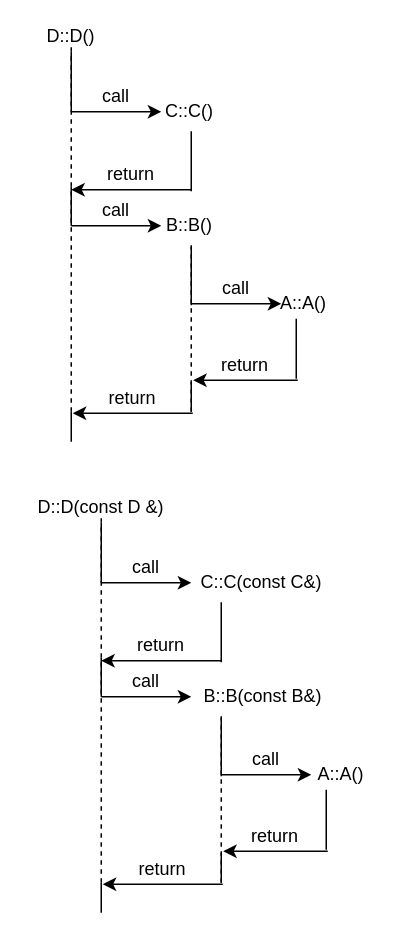
Before: img/高程构造/析构执行流程图.drawio in Coder-Colder/MyPics, a draw.io diagram. Source tidied: cells renumbered, new cells numbered last; positions are measured from the earlier drawing's top-left corner, leaving out a move shared by most shapes. Both pictures are drawn from the tidied source at 150%, with x=0, y=0 at pixel (26, 28).
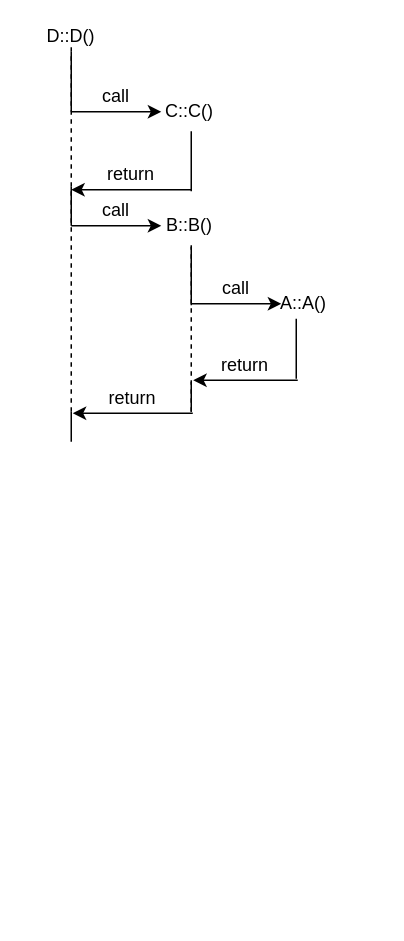
The same diagram, later.

Commit message (it also covers changes not shown here):
Update 高程构造/析构执行流程图.drawio

What changed in the source:
```diff
@@
-    <mxCell id="36" value="D::D(const D &amp;amp;)" style="text;html=1;strokeColor=none;fillColor=none;align=center;verticalAlign=middle;whiteSpace=wrap;rounded=0;" parent="1" vertex="1">
-      <mxGeometry y="314" width="100" height="10" as="geometry" />
-    </mxCell>
-    <mxCell id="37" value="C::C(const C&amp;amp;)" style="text;html=1;strokeColor=none;fillColor=none;align=center;verticalAlign=middle;whiteSpace=wrap;rounded=0;" parent="1" vertex="1">
-      <mxGeometry x="109" y="359" width="96" height="20" as="geometry" />
-    </mxCell>
-    <mxCell id="38" style="endArrow=none;dashed=1;html=1;rounded=0;entryX=0.5;entryY=1;entryDx=0;entryDy=0;" parent="1" edge="1" target="36">
-      <mxGeometry relative="1" as="geometry">
-        <mxPoint x="50" y="569" as="sourcePoint" />
-      </mxGeometry>
-    </mxCell>
-    <mxCell id="39" style="endArrow=none;html=1;rounded=0;" parent="1" edge="1">
-      <mxGeometry relative="1" as="geometry">
-        <mxPoint x="50" y="369" as="sourcePoint" />
-        <mxPoint x="50" y="329" as="targetPoint" />
-      </mxGeometry>
-    </mxCell>
-    <mxCell id="40" style="endArrow=none;html=1;rounded=0;" parent="1" edge="1">
-      <mxGeometry relative="1" as="geometry">
-        <mxPoint x="130" y="422" as="sourcePoint" />
-        <mxPoint x="130" y="382" as="targetPoint" />
-      </mxGeometry>
-    </mxCell>
-    <mxCell id="41" style="group;" parent="1" vertex="1">
-      <mxGeometry x="50" y="349" width="60" height="20" as="geometry" />
-    </mxCell>
-    <mxCell id="42" style="group;" parent="41" vertex="1">
-      <mxGeometry width="60" height="20" as="geometry" />
-    </mxCell>
-    <mxCell id="43" style="endArrow=classic;html=1;rounded=0;" parent="42" edge="1">
-      <mxGeometry relative="1" as="geometry">
-        <mxPoint y="20" as="sourcePoint" />
-        <mxPoint x="60" y="20" as="targetPoint" />
-      </mxGeometry>
-    </mxCell>
-    <mxCell id="44" value="call" style="text;html=1;strokeColor=none;fillColor=none;align=center;verticalAlign=middle;whiteSpace=wrap;rounded=0;" parent="41" vertex="1">
-      <mxGeometry x="15" width="30" height="20" as="geometry" />
-    </mxCell>
-    <mxCell id="45" style="group;" parent="1" vertex="1">
-      <mxGeometry x="130" y="477" width="60" height="20" as="geometry" />
-    </mxCell>
-    <mxCell id="46" style="group;" parent="45" vertex="1">
-      <mxGeometry width="60" height="20" as="geometry" />
-    </mxCell>
-    <mxCell id="47" style="endArrow=classic;html=1;rounded=0;" parent="46" edge="1">
-      <mxGeometry relative="1" as="geometry">
-        <mxPoint y="20" as="sourcePoint" />
-        <mxPoint x="60" y="20" as="targetPoint" />
-      </mxGeometry>
-    </mxCell>
-    <mxCell id="48" value="call" style="text;html=1;strokeColor=none;fillColor=none;align=center;verticalAlign=middle;whiteSpace=wrap;rounded=0;" parent="45" vertex="1">
-      <mxGeometry x="15" width="30" height="20" as="geometry" />
-    </mxCell>
-    <mxCell id="49" value="A::A()" style="text;html=1;strokeColor=none;fillColor=none;align=center;verticalAlign=middle;whiteSpace=wrap;rounded=0;" parent="1" vertex="1">
-      <mxGeometry x="185" y="487" width="50" height="20" as="geometry" />
-    </mxCell>
-    <mxCell id="50" style="endArrow=none;html=1;rounded=0;" parent="1" edge="1">
-      <mxGeometry relative="1" as="geometry">
-        <mxPoint x="200" y="547" as="sourcePoint" />
-        <mxPoint x="200" y="507" as="targetPoint" />
-      </mxGeometry>
-    </mxCell>
-    <mxCell id="51" style="group;" parent="1" vertex="1">
-      <mxGeometry x="60" y="401" width="70" height="20" as="geometry" />
-    </mxCell>
-    <mxCell id="52" value="return" style="text;html=1;strokeColor=none;fillColor=none;align=center;verticalAlign=middle;whiteSpace=wrap;rounded=0;" parent="51" vertex="1">
-      <mxGeometry x="15" width="30" height="20" as="geometry" />
-    </mxCell>
-    <mxCell id="53" style="endArrow=classic;html=1;rounded=0;" parent="51" edge="1">
-      <mxGeometry relative="1" as="geometry">
-        <mxPoint x="70" y="20" as="sourcePoint" />
-        <mxPoint x="-10" y="20" as="targetPoint" />
-      </mxGeometry>
-    </mxCell>
-    <mxCell id="54" value="B::B(const B&amp;amp;)" style="text;html=1;strokeColor=none;fillColor=none;align=center;verticalAlign=middle;whiteSpace=wrap;rounded=0;" parent="1" vertex="1">
-      <mxGeometry x="115" y="435" width="86" height="20" as="geometry" />
-    </mxCell>
-    <mxCell id="55" style="endArrow=none;html=1;rounded=0;" parent="1" edge="1">
-      <mxGeometry relative="1" as="geometry">
-        <mxPoint x="50" y="445" as="sourcePoint" />
-        <mxPoint x="50" y="419" as="targetPoint" />
-      </mxGeometry>
-    </mxCell>
-    <mxCell id="56" style="endArrow=none;html=1;rounded=0;" parent="1" edge="1">
-      <mxGeometry relative="1" as="geometry">
-        <mxPoint x="130" y="498" as="sourcePoint" />
-        <mxPoint x="130" y="458" as="targetPoint" />
-      </mxGeometry>
-    </mxCell>
-    <mxCell id="57" style="group;" parent="1" vertex="1">
-      <mxGeometry x="50" y="425" width="60" height="20" as="geometry" />
-    </mxCell>
-    <mxCell id="58" style="group;" parent="57" vertex="1">
-      <mxGeometry width="60" height="20" as="geometry" />
-    </mxCell>
-    <mxCell id="59" style="endArrow=classic;html=1;rounded=0;" parent="58" edge="1">
-      <mxGeometry relative="1" as="geometry">
-        <mxPoint y="20" as="sourcePoint" />
-        <mxPoint x="60" y="20" as="targetPoint" />
-      </mxGeometry>
-    </mxCell>
-    <mxCell id="60" value="call" style="text;html=1;strokeColor=none;fillColor=none;align=center;verticalAlign=middle;whiteSpace=wrap;rounded=0;" parent="57" vertex="1">
-      <mxGeometry x="15" width="30" height="20" as="geometry" />
-    </mxCell>
-    <mxCell id="61" style="group;" parent="1" vertex="1">
-      <mxGeometry x="140" y="528" width="61" height="20" as="geometry" />
-    </mxCell>
-    <mxCell id="62" value="return" style="text;html=1;strokeColor=none;fillColor=none;align=center;verticalAlign=middle;whiteSpace=wrap;rounded=0;" parent="61" vertex="1">
-      <mxGeometry x="13.1" width="26.1" height="20" as="geometry" />
-    </mxCell>
-    <mxCell id="63" style="endArrow=classic;html=1;rounded=0;" parent="61" edge="1">
-      <mxGeometry relative="1" as="geometry">
-        <mxPoint x="61" y="20" as="sourcePoint" />
-        <mxPoint x="-8.7" y="20" as="targetPoint" />
-      </mxGeometry>
-    </mxCell>
-    <mxCell id="64" style="endArrow=none;dashed=1;html=1;rounded=0;entryX=0.5;entryY=1;entryDx=0;entryDy=0;" parent="1" edge="1">
-      <mxGeometry relative="1" as="geometry">
-        <mxPoint x="130" y="569" as="sourcePoint" />
-        <mxPoint x="130" y="459" as="targetPoint" />
-      </mxGeometry>
-    </mxCell>
-    <mxCell id="65" style="group;" parent="1" vertex="1">
-      <mxGeometry x="61" y="550" width="70" height="20" as="geometry" />
-    </mxCell>
-    <mxCell id="66" value="return" style="text;html=1;strokeColor=none;fillColor=none;align=center;verticalAlign=middle;whiteSpace=wrap;rounded=0;" parent="65" vertex="1">
-      <mxGeometry x="15" width="30" height="20" as="geometry" />
-    </mxCell>
-    <mxCell id="67" style="endArrow=classic;html=1;rounded=0;" parent="65" edge="1">
-      <mxGeometry relative="1" as="geometry">
-        <mxPoint x="70" y="20" as="sourcePoint" />
-        <mxPoint x="-10" y="20" as="targetPoint" />
-      </mxGeometry>
-    </mxCell>
-    <mxCell id="68" style="endArrow=none;html=1;rounded=0;" parent="1" edge="1">
-      <mxGeometry relative="1" as="geometry">
-        <mxPoint x="130" y="569" as="sourcePoint" />
-        <mxPoint x="130" y="549" as="targetPoint" />
-      </mxGeometry>
-    </mxCell>
-    <mxCell id="69" style="endArrow=none;html=1;rounded=0;" parent="1" edge="1">
-      <mxGeometry relative="1" as="geometry">
-        <mxPoint x="50" y="589" as="sourcePoint" />
-        <mxPoint x="50" y="569" as="targetPoint" />
-      </mxGeometry>
-    </mxCell>
```
